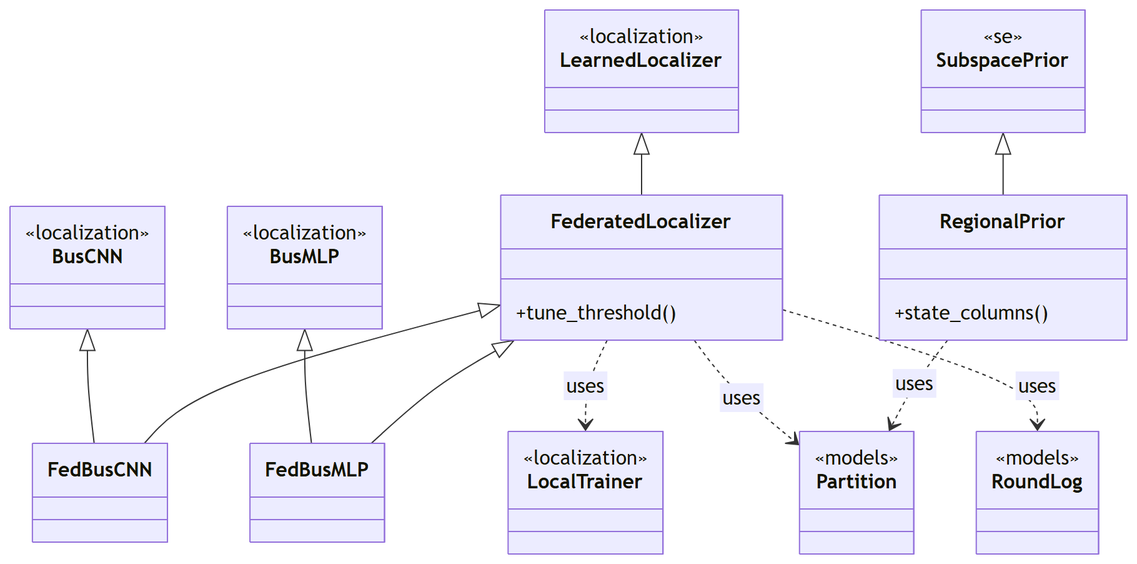
This is docs/figures/diagrams/classes_federated.png from myersben9/fdia-graph, a Mermaid export, as it was before one commit. Its source is kept beside it as docs/figures/diagrams/classes_federated.mmd.
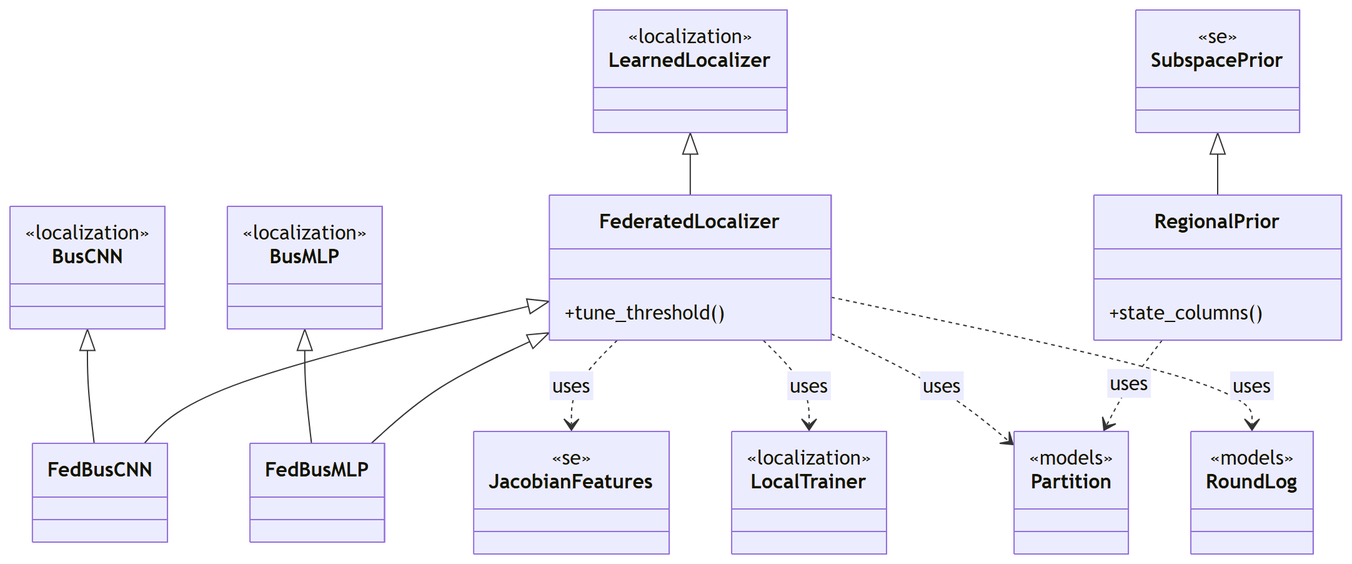
After the commit.

Commit message:
Federated localizers take the Jacobian feature sets, with one central Jacobian block (#132)

Change to the diagram source:
```diff
@@ -14,6 +14,9 @@
     }
     class BusMLP {
         <<localization>>
+    }
+    class JacobianFeatures {
+        <<se>>
     }
     class LearnedLocalizer {
         <<localization>>
@@ -36,6 +39,7 @@
     FederatedLocalizer <|-- FedBusMLP
     LearnedLocalizer <|-- FederatedLocalizer
     SubspacePrior <|-- RegionalPrior
+    FederatedLocalizer ..> JacobianFeatures : uses
     FederatedLocalizer ..> LocalTrainer : uses
     FederatedLocalizer ..> Partition : uses
     FederatedLocalizer ..> RoundLog : uses
```
